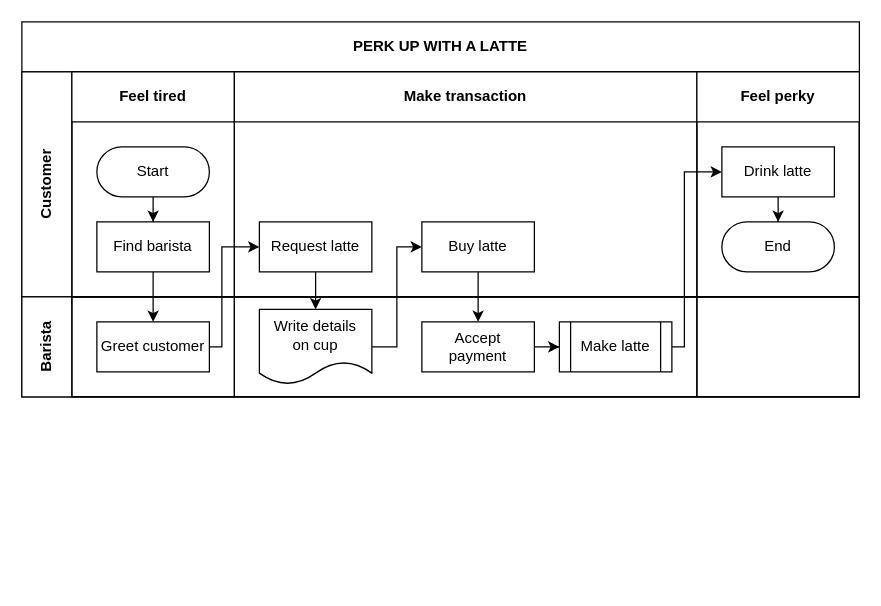
This is Untitled Diagram.drawio from uyennt01/Project1, a draw.io file, before an edit. Source tidied: cells renumbered, new cells numbered last; positions are measured from the earlier drawing's top-left corner, leaving out a move shared by most shapes. Both pictures are drawn from the tidied source at 125%, with x=0, y=0 at pixel (21, 21).
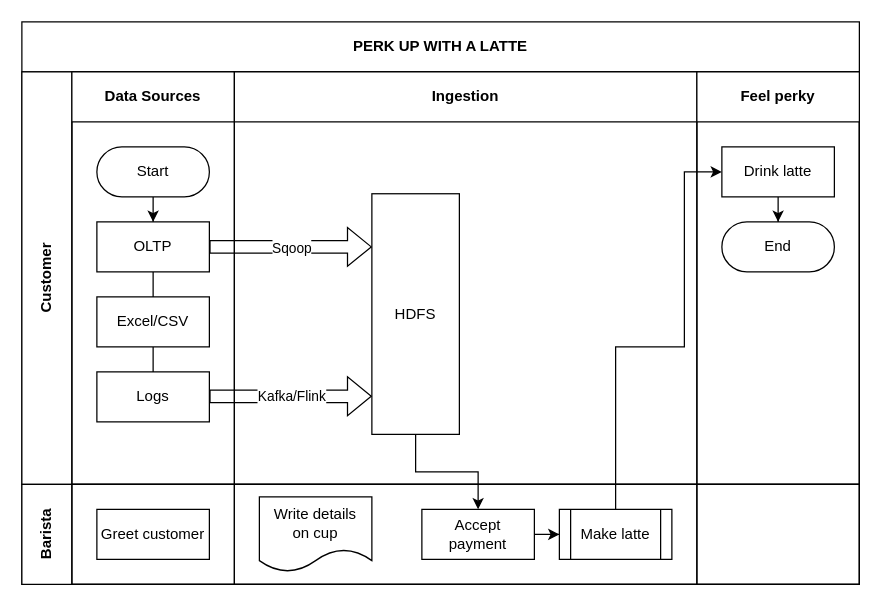
After the change.

Unchanged cells that the change refers to:
```xml
<mxCell id="18" value="Greet customer" style="rounded=0;whiteSpace=wrap;html=1;" parent="17" vertex="1">
  <mxGeometry x="20" y="20" width="90" height="40" as="geometry" />
</mxCell>
<mxCell id="22" value="Write details&lt;br&gt;on cup" style="shape=document;whiteSpace=wrap;html=1;boundedLbl=1;" parent="19" vertex="1">
  <mxGeometry x="20" y="10" width="90" height="60" as="geometry" />
</mxCell>
```

The edit, as a diff of the source:
```diff
@@
     <mxCell id="2" value="PERK UP WITH A LATTE" style="shape=table;childLayout=tableLayout;rowLines=0;columnLines=0;startSize=40;html=1;whiteSpace=wrap;fontStyle=1;" parent="1" vertex="1">
-      <mxGeometry width="670" height="300" as="geometry" />
+      <mxGeometry width="670" height="450" as="geometry" />
     </mxCell>
-    <mxCell id="3" style="edgeStyle=orthogonalEdgeStyle;rounded=0;jettySize=auto;html=1;" parent="2" edge="1" source="8" target="18">
-      <mxGeometry relative="1" as="geometry" />
-    </mxCell>
     <mxCell id="4" value="Customer" style="swimlane;horizontal=0;startSize=40;html=1;whiteSpace=wrap;" parent="2" vertex="1">
-      <mxGeometry y="40" width="670" height="180" as="geometry" />
+      <mxGeometry y="40" width="670" height="330" as="geometry" />
     </mxCell>
-    <mxCell id="5" value="Feel tired" style="swimlane;startSize=40;html=1;whiteSpace=wrap;" parent="4" vertex="1">
-      <mxGeometry x="40" width="130" height="180" as="geometry" />
+    <mxCell id="5" value="Data Sources" style="swimlane;startSize=40;html=1;whiteSpace=wrap;" parent="4" vertex="1">
+      <mxGeometry x="40" width="130" height="330" as="geometry" />
     </mxCell>
@@
-    <mxCell id="8" value="Find barista" style="rounded=0;whiteSpace=wrap;html=1;" parent="5" vertex="1">
+    <mxCell id="8" value="OLTP" style="rounded=0;whiteSpace=wrap;html=1;" parent="5" vertex="1">
       <mxGeometry x="20" y="120" width="90" height="40" as="geometry" />
     </mxCell>
+    <mxCell id="30" value="Excel/CSV" style="rounded=0;whiteSpace=wrap;html=1;" parent="5" vertex="1">
+      <mxGeometry x="20" y="180" width="90" height="40" as="geometry" />
+    </mxCell>
+    <mxCell id="31" style="endArrow=none;html=1;rounded=0;entryX=0.5;entryY=1;entryDx=0;entryDy=0;" parent="5" edge="1" source="30" target="8">
+      <mxGeometry relative="1" as="geometry" />
+    </mxCell>
+    <mxCell id="32" value="Logs" style="rounded=0;whiteSpace=wrap;html=1;" parent="5" vertex="1">
+      <mxGeometry x="20" y="240" width="90" height="40" as="geometry" />
+    </mxCell>
+    <mxCell id="33" style="endArrow=none;html=1;rounded=0;entryX=0.5;entryY=1;entryDx=0;entryDy=0;" parent="5" edge="1" source="32" target="30">
+      <mxGeometry relative="1" as="geometry" />
+    </mxCell>
-    <mxCell id="9" value="Make transaction" style="swimlane;startSize=40;html=1;whiteSpace=wrap;" parent="4" vertex="1">
-      <mxGeometry x="170" width="370" height="180" as="geometry" />
+    <mxCell id="9" value="Ingestion" style="swimlane;startSize=40;html=1;whiteSpace=wrap;" parent="4" vertex="1">
+      <mxGeometry x="170" width="370" height="330" as="geometry" />
     </mxCell>
-    <mxCell id="10" value="Request latte" style="rounded=0;whiteSpace=wrap;html=1;" parent="9" vertex="1">
-      <mxGeometry x="20" y="120" width="90" height="40" as="geometry" />
-    </mxCell>
-    <mxCell id="11" value="Buy latte" style="rounded=0;whiteSpace=wrap;html=1;" parent="9" vertex="1">
-      <mxGeometry x="150" y="120" width="90" height="40" as="geometry" />
+    <mxCell id="11" value="HDFS" style="rounded=0;whiteSpace=wrap;html=1;" parent="9" vertex="1">
+      <mxGeometry x="110" y="97.5" width="70" height="192.5" as="geometry" />
     </mxCell>
+    <mxCell id="34" style="endArrow=classic;html=1;rounded=0;strokeColor=default;strokeWidth=1;shape=flexArrow;" parent="9" edge="1">
+      <mxGeometry relative="1" as="geometry">
+        <mxPoint x="-20" y="259.5" as="sourcePoint" />
+        <mxPoint x="110" y="259.5" as="targetPoint" />
+      </mxGeometry>
+    </mxCell>
+    <mxCell id="35" value="Kafka/Flink" style="edgeLabel;html=1;align=center;verticalAlign=middle;" parent="34" vertex="1">
+      <mxGeometry relative="1" as="geometry" />
+    </mxCell>
     <mxCell id="12" value="Feel perky" style="swimlane;startSize=40;html=1;whiteSpace=wrap;" parent="4" vertex="1">
-      <mxGeometry x="540" width="130" height="180" as="geometry" />
+      <mxGeometry x="540" width="130" height="330" as="geometry" />
     </mxCell>
@@
     <mxCell id="16" value="Barista" style="swimlane;horizontal=0;startSize=40;html=1;whiteSpace=wrap;" parent="2" vertex="1">
-      <mxGeometry y="220" width="670" height="80" as="geometry" />
+      <mxGeometry y="370" width="670" height="80" as="geometry" />
     </mxCell>
@@
-    <mxCell id="25" style="edgeStyle=orthogonalEdgeStyle;rounded=0;jettySize=auto;html=1;" parent="2" edge="1" source="18" target="10">
-      <mxGeometry relative="1" as="geometry">
-        <Array as="points">
-          <mxPoint x="160" y="260" />
-          <mxPoint x="160" y="180" />
-        </Array>
-      </mxGeometry>
-    </mxCell>
-    <mxCell id="26" style="edgeStyle=orthogonalEdgeStyle;rounded=0;jettySize=auto;html=1;" parent="2" edge="1" source="10" target="22">
-      <mxGeometry relative="1" as="geometry" />
-    </mxCell>
-    <mxCell id="27" style="edgeStyle=orthogonalEdgeStyle;rounded=0;jettySize=auto;html=1;" parent="2" edge="1" source="22" target="11">
-      <mxGeometry relative="1" as="geometry">
-        <Array as="points">
-          <mxPoint x="300" y="260" />
-          <mxPoint x="300" y="180" />
-        </Array>
-      </mxGeometry>
-    </mxCell>
@@
+    <mxCell id="36" style="endArrow=classic;html=1;rounded=0;strokeColor=default;strokeWidth=1;shape=flexArrow;" parent="1" edge="1" source="8">
+      <mxGeometry relative="1" as="geometry">
+        <mxPoint x="280" y="180" as="targetPoint" />
+      </mxGeometry>
+    </mxCell>
+    <mxCell id="37" value="Sqoop" style="edgeLabel;html=1;align=center;verticalAlign=middle;" parent="36" vertex="1">
+      <mxGeometry relative="1" as="geometry" />
+    </mxCell>
```
